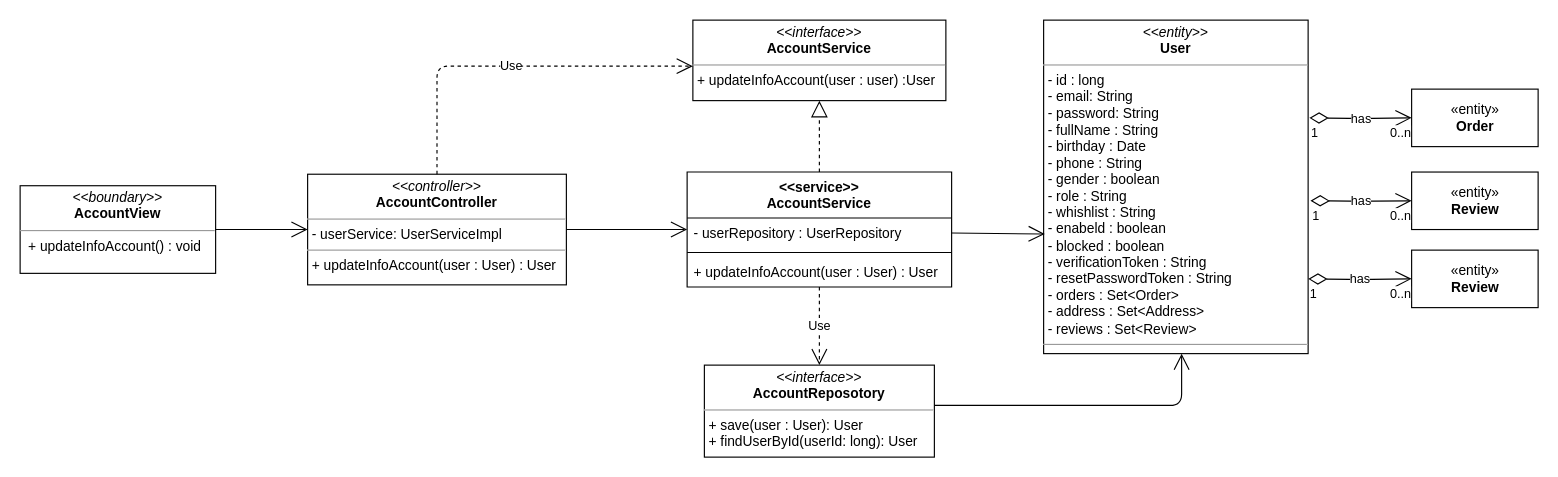
This is class diagram/update-info-account-class-diagram.drawio from nguyenphamvan/datn_20202, a draw.io file, before an edit. Source tidied: cells renumbered, new cells numbered last; positions are measured from the earlier drawing's top-left corner, leaving out a move shared by most shapes. Both pictures are drawn from the tidied source at 115%, with x=0, y=0 at pixel (20, 20).
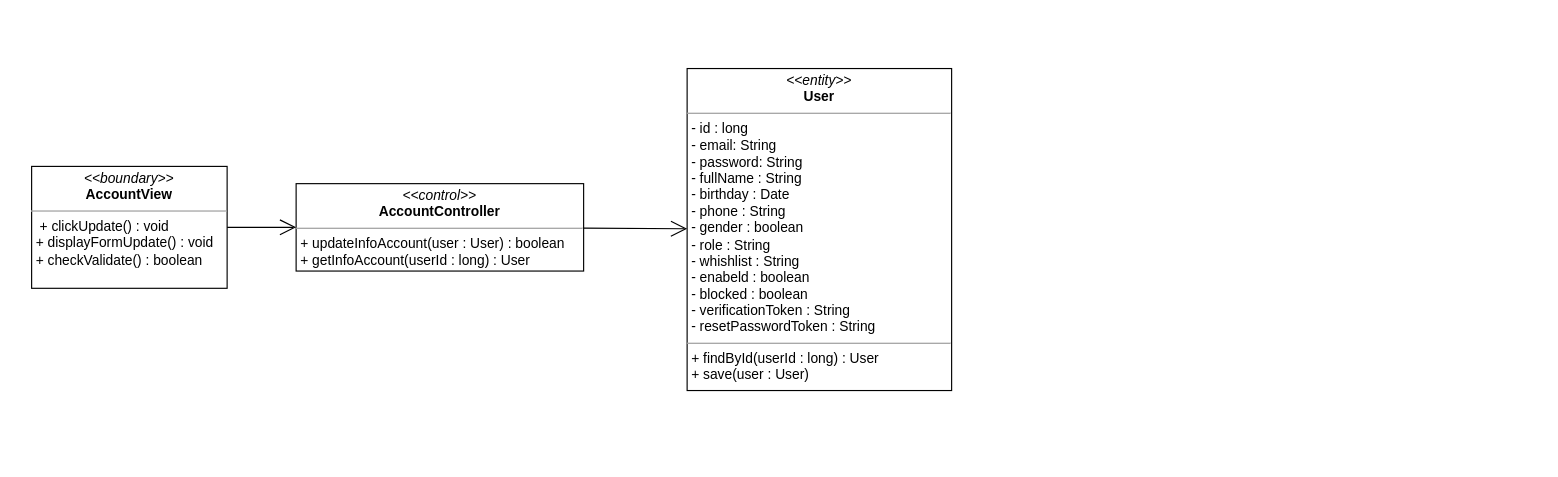
After the change.

Change to the diagram source:
```diff
@@
-    <mxCell id="2" value="&lt;p style=&quot;margin: 0px ; margin-top: 4px ; text-align: center&quot;&gt;&lt;i&gt;&amp;lt;&amp;lt;boundary&amp;gt;&amp;gt;&lt;/i&gt;&lt;br&gt;&lt;b&gt;AccountView&lt;/b&gt;&lt;/p&gt;&lt;hr size=&quot;1&quot;&gt;&lt;p style=&quot;margin: 0px ; margin-left: 4px&quot;&gt;&lt;span&gt;&amp;nbsp;&lt;/span&gt;&lt;span&gt;+ updateInfoAccount() : void&lt;/span&gt;&lt;/p&gt;" style="verticalAlign=top;align=left;overflow=fill;fontSize=12;fontFamily=Helvetica;html=1;" parent="1" vertex="1">
-      <mxGeometry y="144" width="170" height="76.2" as="geometry" />
+    <mxCell id="2" value="&lt;p style=&quot;margin: 0px ; margin-top: 4px ; text-align: center&quot;&gt;&lt;i&gt;&amp;lt;&amp;lt;boundary&amp;gt;&amp;gt;&lt;/i&gt;&lt;br&gt;&lt;b&gt;AccountView&lt;/b&gt;&lt;/p&gt;&lt;hr size=&quot;1&quot;&gt;&lt;p style=&quot;margin: 0px ; margin-left: 4px&quot;&gt;&lt;span&gt;&amp;nbsp;&lt;/span&gt;&lt;span&gt;+ clickUpdate() : void&lt;/span&gt;&lt;/p&gt;&lt;p style=&quot;margin: 0px ; margin-left: 4px&quot;&gt;&lt;span&gt;+ displayFormUpdate() : void&lt;/span&gt;&lt;/p&gt;&lt;p style=&quot;margin: 0px ; margin-left: 4px&quot;&gt;&lt;span&gt;+ checkValidate() : boolean&lt;/span&gt;&lt;/p&gt;" style="verticalAlign=top;align=left;overflow=fill;fontSize=12;fontFamily=Helvetica;html=1;" parent="1" vertex="1">
+      <mxGeometry x="10" y="127.2" width="170" height="106" as="geometry" />
     </mxCell>
-    <mxCell id="3" value="&lt;p style=&quot;margin: 0px ; margin-top: 4px ; text-align: center&quot;&gt;&lt;i&gt;&amp;lt;&amp;lt;interface&amp;gt;&amp;gt;&lt;/i&gt;&lt;br&gt;&lt;b&gt;AccountService&lt;/b&gt;&lt;/p&gt;&lt;hr size=&quot;1&quot;&gt;&lt;p style=&quot;margin: 0px ; margin-left: 4px&quot;&gt;+ updateInfoAccount(user : user) :User&lt;/p&gt;" style="verticalAlign=top;align=left;overflow=fill;fontSize=12;fontFamily=Helvetica;html=1;" parent="1" vertex="1">
-      <mxGeometry x="585" width="220" height="70" as="geometry" />
-    </mxCell>
-    <mxCell id="4" value="&lt;p style=&quot;margin: 0px ; margin-top: 4px ; text-align: center&quot;&gt;&lt;i&gt;&amp;lt;&amp;lt;entity&amp;gt;&amp;gt;&lt;/i&gt;&lt;br&gt;&lt;b&gt;User&lt;/b&gt;&lt;/p&gt;&lt;hr size=&quot;1&quot;&gt;&lt;p style=&quot;margin: 0px ; margin-left: 4px&quot;&gt;- id : long&lt;/p&gt;&lt;p style=&quot;margin: 0px ; margin-left: 4px&quot;&gt;- email: String&lt;br&gt;- password: String&lt;/p&gt;&lt;p style=&quot;margin: 0px ; margin-left: 4px&quot;&gt;- fullName : String&lt;/p&gt;&lt;p style=&quot;margin: 0px ; margin-left: 4px&quot;&gt;- birthday : Date&lt;/p&gt;&lt;p style=&quot;margin: 0px ; margin-left: 4px&quot;&gt;- phone : String&lt;/p&gt;&lt;p style=&quot;margin: 0px ; margin-left: 4px&quot;&gt;- gender : boolean&lt;/p&gt;&lt;p style=&quot;margin: 0px ; margin-left: 4px&quot;&gt;- role : String&lt;/p&gt;&lt;p style=&quot;margin: 0px ; margin-left: 4px&quot;&gt;- whishlist : String&lt;/p&gt;&lt;p style=&quot;margin: 0px ; margin-left: 4px&quot;&gt;- enabeld : boolean&lt;/p&gt;&lt;p style=&quot;margin: 0px ; margin-left: 4px&quot;&gt;- blocked : boolean&lt;/p&gt;&lt;p style=&quot;margin: 0px ; margin-left: 4px&quot;&gt;- verificationToken : String&lt;/p&gt;&lt;p style=&quot;margin: 0px ; margin-left: 4px&quot;&gt;- resetPasswordToken : String&lt;/p&gt;&lt;p style=&quot;margin: 0px ; margin-left: 4px&quot;&gt;- orders : Set&amp;lt;Order&amp;gt;&lt;/p&gt;&lt;p style=&quot;margin: 0px ; margin-left: 4px&quot;&gt;- address : Set&amp;lt;Address&amp;gt;&lt;/p&gt;&lt;p style=&quot;margin: 0px ; margin-left: 4px&quot;&gt;- reviews : Set&amp;lt;Review&amp;gt;&lt;/p&gt;&lt;hr size=&quot;1&quot;&gt;&lt;p style=&quot;margin: 0px ; margin-left: 4px&quot;&gt;&lt;br&gt;&lt;/p&gt;" style="verticalAlign=top;align=left;overflow=fill;fontSize=12;fontFamily=Helvetica;html=1;" parent="1" vertex="1">
-      <mxGeometry x="890" width="230" height="290" as="geometry" />
+    <mxCell id="4" value="&lt;p style=&quot;margin: 0px ; margin-top: 4px ; text-align: center&quot;&gt;&lt;i&gt;&amp;lt;&amp;lt;entity&amp;gt;&amp;gt;&lt;/i&gt;&lt;br&gt;&lt;b&gt;User&lt;/b&gt;&lt;/p&gt;&lt;hr size=&quot;1&quot;&gt;&lt;p style=&quot;margin: 0px ; margin-left: 4px&quot;&gt;- id : long&lt;/p&gt;&lt;p style=&quot;margin: 0px ; margin-left: 4px&quot;&gt;- email: String&lt;br&gt;- password: String&lt;/p&gt;&lt;p style=&quot;margin: 0px ; margin-left: 4px&quot;&gt;- fullName : String&lt;/p&gt;&lt;p style=&quot;margin: 0px ; margin-left: 4px&quot;&gt;- birthday : Date&lt;/p&gt;&lt;p style=&quot;margin: 0px ; margin-left: 4px&quot;&gt;- phone : String&lt;/p&gt;&lt;p style=&quot;margin: 0px ; margin-left: 4px&quot;&gt;- gender : boolean&lt;/p&gt;&lt;p style=&quot;margin: 0px ; margin-left: 4px&quot;&gt;- role : String&lt;/p&gt;&lt;p style=&quot;margin: 0px ; margin-left: 4px&quot;&gt;- whishlist : String&lt;/p&gt;&lt;p style=&quot;margin: 0px ; margin-left: 4px&quot;&gt;- enabeld : boolean&lt;/p&gt;&lt;p style=&quot;margin: 0px ; margin-left: 4px&quot;&gt;- blocked : boolean&lt;/p&gt;&lt;p style=&quot;margin: 0px ; margin-left: 4px&quot;&gt;- verificationToken : String&lt;/p&gt;&lt;p style=&quot;margin: 0px ; margin-left: 4px&quot;&gt;- resetPasswordToken : String&lt;/p&gt;&lt;hr size=&quot;1&quot;&gt;&lt;p style=&quot;margin: 0px ; margin-left: 4px&quot;&gt;+ findById(userId : long) : User&lt;/p&gt;&lt;p style=&quot;margin: 0px ; margin-left: 4px&quot;&gt;+ save(user : User)&lt;/p&gt;" style="verticalAlign=top;align=left;overflow=fill;fontSize=12;fontFamily=Helvetica;html=1;" parent="1" vertex="1">
+      <mxGeometry x="580" y="42.1" width="230" height="280" as="geometry" />
     </mxCell>
-    <mxCell id="5" value="&lt;p style=&quot;margin: 0px ; margin-top: 4px ; text-align: center&quot;&gt;&lt;i&gt;&amp;lt;&amp;lt;controller&amp;gt;&amp;gt;&lt;/i&gt;&lt;br&gt;&lt;b&gt;AccountController&lt;/b&gt;&lt;br&gt;&lt;/p&gt;&lt;hr size=&quot;1&quot;&gt;&lt;p style=&quot;margin: 0px ; margin-left: 4px&quot;&gt;- userService: UserServiceImpl&lt;/p&gt;&lt;hr size=&quot;1&quot;&gt;&lt;p style=&quot;margin: 0px ; margin-left: 4px&quot;&gt;+ updateInfoAccount(user : User) : User&lt;br&gt;&lt;/p&gt;" style="verticalAlign=top;align=left;overflow=fill;fontSize=12;fontFamily=Helvetica;html=1;" parent="1" vertex="1">
-      <mxGeometry x="250" y="134" width="225" height="96.2" as="geometry" />
+    <mxCell id="5" value="&lt;p style=&quot;margin: 0px ; margin-top: 4px ; text-align: center&quot;&gt;&lt;i&gt;&amp;lt;&amp;lt;control&amp;gt;&amp;gt;&lt;/i&gt;&lt;br&gt;&lt;b&gt;AccountController&lt;/b&gt;&lt;br&gt;&lt;/p&gt;&lt;hr size=&quot;1&quot;&gt;&lt;p style=&quot;margin: 0px ; margin-left: 4px&quot;&gt;&lt;/p&gt;&lt;p style=&quot;margin: 0px ; margin-left: 4px&quot;&gt;+ updateInfoAccount(user : User) : boolean&lt;br&gt;&lt;/p&gt;&lt;p style=&quot;margin: 0px ; margin-left: 4px&quot;&gt;+ getInfoAccount(userId : long) : User&lt;/p&gt;" style="verticalAlign=top;align=left;overflow=fill;fontSize=12;fontFamily=Helvetica;html=1;" parent="1" vertex="1">
+      <mxGeometry x="240" y="142.2" width="250" height="76" as="geometry" />
     </mxCell>
@@
-    <mxCell id="7" style="endArrow=block;dashed=1;endFill=0;endSize=12;html=1;exitX=0.5;exitY=0;exitDx=0;exitDy=0;" parent="1" edge="1" source="22" target="3">
-      <mxGeometry relative="1" as="geometry" />
-    </mxCell>
-    <mxCell id="8" value="Use" style="endArrow=open;endSize=12;dashed=1;html=1;edgeStyle=orthogonalEdgeStyle;exitX=0.5;exitY=0;exitDx=0;exitDy=0;" parent="1" edge="1" source="5" target="3">
-      <mxGeometry relative="1" as="geometry">
-        <Array as="points">
-          <mxPoint x="363" y="40" />
-        </Array>
-      </mxGeometry>
-    </mxCell>
-    <mxCell id="9" value="«entity»&lt;br&gt;&lt;b&gt;Order&lt;/b&gt;" style="html=1;strokeColor=#000000;" parent="1" vertex="1">
-      <mxGeometry x="1210" y="60" width="110" height="50" as="geometry" />
-    </mxCell>
-    <mxCell id="10" value="«entity»&lt;br&gt;&lt;b&gt;Review&lt;/b&gt;" style="html=1;strokeColor=#000000;" parent="1" vertex="1">
-      <mxGeometry x="1210" y="132.1" width="110" height="50" as="geometry" />
-    </mxCell>
-    <mxCell id="11" value="«entity»&lt;br&gt;&lt;b&gt;Review&lt;/b&gt;" style="html=1;strokeColor=#000000;" parent="1" vertex="1">
-      <mxGeometry x="1210" y="200" width="110" height="50" as="geometry" />
-    </mxCell>
-    <mxCell id="12" value="has" style="endArrow=open;html=1;endSize=12;startArrow=diamondThin;startSize=14;startFill=0;edgeStyle=orthogonalEdgeStyle;" parent="1" edge="1" target="9">
-      <mxGeometry relative="1" as="geometry">
-        <mxPoint x="1121" y="85" as="sourcePoint" />
-      </mxGeometry>
-    </mxCell>
-    <mxCell id="13" value="1" style="edgeLabel;html=1;align=left;verticalAlign=top;" parent="12" vertex="1">
-      <mxGeometry x="-1" relative="1" as="geometry" />
-    </mxCell>
-    <mxCell id="14" value="0..n" style="edgeLabel;html=1;align=right;verticalAlign=top;" parent="12" vertex="1">
-      <mxGeometry x="1" relative="1" as="geometry" />
-    </mxCell>
-    <mxCell id="15" value="has" style="endArrow=open;html=1;endSize=12;startArrow=diamondThin;startSize=14;startFill=0;edgeStyle=orthogonalEdgeStyle;" parent="1" edge="1" target="10">
-      <mxGeometry relative="1" as="geometry">
-        <mxPoint x="1122" y="157" as="sourcePoint" />
-      </mxGeometry>
-    </mxCell>
-    <mxCell id="16" value="1" style="edgeLabel;html=1;align=left;verticalAlign=top;" parent="15" vertex="1">
-      <mxGeometry x="-1" relative="1" as="geometry" />
-    </mxCell>
-    <mxCell id="17" value="0..n" style="edgeLabel;html=1;align=right;verticalAlign=top;" parent="15" vertex="1">
-      <mxGeometry x="1" relative="1" as="geometry" />
-    </mxCell>
-    <mxCell id="18" value="has" style="endArrow=open;html=1;endSize=12;startArrow=diamondThin;startSize=14;startFill=0;edgeStyle=orthogonalEdgeStyle;" parent="1" edge="1" target="11">
-      <mxGeometry relative="1" as="geometry">
-        <mxPoint x="1120" y="225" as="sourcePoint" />
-      </mxGeometry>
-    </mxCell>
-    <mxCell id="19" value="1" style="edgeLabel;html=1;align=left;verticalAlign=top;" parent="18" vertex="1">
-      <mxGeometry x="-1" relative="1" as="geometry" />
-    </mxCell>
-    <mxCell id="20" value="0..n" style="edgeLabel;html=1;align=right;verticalAlign=top;" parent="18" vertex="1">
-      <mxGeometry x="1" relative="1" as="geometry" />
-    </mxCell>
-    <mxCell id="21" value="&lt;p style=&quot;margin: 0px ; margin-top: 4px ; text-align: center&quot;&gt;&lt;i&gt;&amp;lt;&amp;lt;interface&amp;gt;&amp;gt;&lt;/i&gt;&lt;br&gt;&lt;b&gt;AccountReposotory&lt;/b&gt;&lt;/p&gt;&lt;hr size=&quot;1&quot;&gt;&lt;p style=&quot;margin: 0px ; margin-left: 4px&quot;&gt;+ save(user : User): User&lt;/p&gt;&lt;p style=&quot;margin: 0px ; margin-left: 4px&quot;&gt;+ findUserById(userId: long): User&lt;br&gt;&lt;/p&gt;" style="verticalAlign=top;align=left;overflow=fill;fontSize=12;fontFamily=Helvetica;html=1;" parent="1" vertex="1">
-      <mxGeometry x="595" y="300" width="200" height="80" as="geometry" />
-    </mxCell>
-    <mxCell id="22" value="&lt;&lt;service&gt;&gt;&#10;AccountService" style="swimlane;fontStyle=1;align=center;verticalAlign=top;horizontal=1;startSize=40;" parent="1" vertex="1">
-      <mxGeometry x="580" y="132.1" width="230" height="100" as="geometry" />
-    </mxCell>
-    <mxCell id="23" value="- userRepository : UserRepository" style="text;strokeColor=none;fillColor=none;align=left;verticalAlign=top;spacingLeft=4;spacingRight=4;overflow=hidden;points=[[0,0.5],[1,0.5]];portConstraint=eastwest;" parent="22" vertex="1">
-      <mxGeometry y="40" width="230" height="26" as="geometry" />
-    </mxCell>
-    <mxCell id="24" style="line;strokeWidth=1;fillColor=none;align=left;verticalAlign=middle;spacingTop=-1;spacingLeft=3;spacingRight=3;labelPosition=right;" parent="22" vertex="1">
-      <mxGeometry y="66" width="230" height="8" as="geometry" />
-    </mxCell>
-    <mxCell id="25" value="+ updateInfoAccount(user : User) : User" style="text;strokeColor=none;fillColor=none;align=left;verticalAlign=top;spacingLeft=4;spacingRight=4;overflow=hidden;" parent="22" vertex="1">
-      <mxGeometry y="74" width="230" height="26" as="geometry" />
-    </mxCell>
-    <mxCell id="26" style="endArrow=open;endFill=1;endSize=12;html=1;strokeColor=#000000;" parent="1" edge="1" source="5" target="22">
+    <mxCell id="26" style="endArrow=open;endFill=1;endSize=12;html=1;strokeColor=#000000;" parent="1" edge="1" source="5" target="4">
       <mxGeometry relative="1" as="geometry" />
     </mxCell>
-    <mxCell id="27" value="Use" style="endArrow=open;endSize=12;dashed=1;html=1;strokeColor=#000000;" parent="1" edge="1" source="22" target="21">
-      <mxGeometry relative="1" as="geometry" />
-    </mxCell>
-    <mxCell id="28" style="endArrow=open;endFill=1;endSize=12;html=1;strokeColor=#000000;edgeStyle=orthogonalEdgeStyle;" parent="1" edge="1" source="21" target="4">
-      <mxGeometry relative="1" as="geometry">
-        <Array as="points">
-          <mxPoint x="1010" y="335" />
-        </Array>
-      </mxGeometry>
-    </mxCell>
-    <mxCell id="29" style="endArrow=open;endFill=1;endSize=12;html=1;strokeColor=#000000;exitX=1;exitY=0.5;exitDx=0;exitDy=0;" parent="1" edge="1" source="23">
-      <mxGeometry relative="1" as="geometry">
-        <mxPoint x="891" y="186" as="targetPoint" />
-      </mxGeometry>
-    </mxCell>
```
